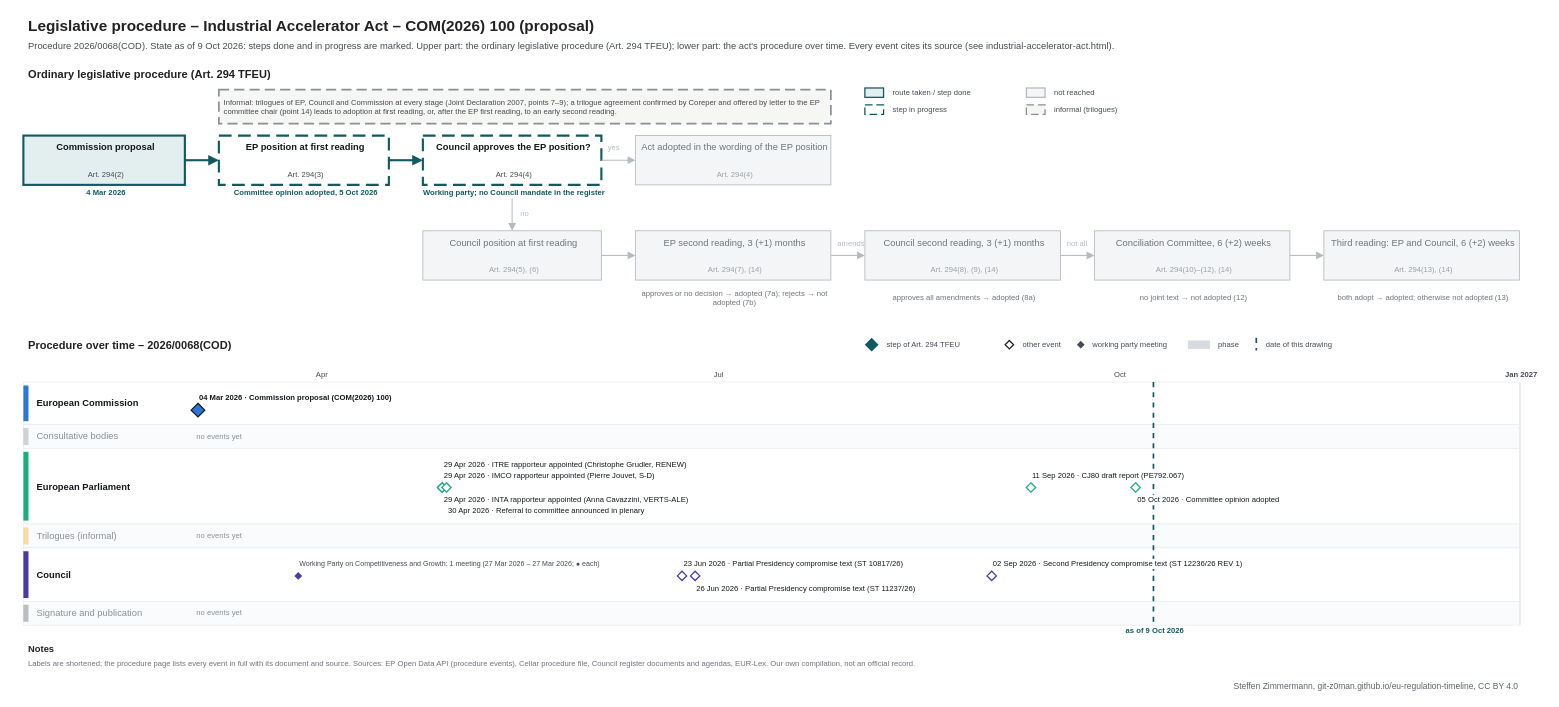
Above: procedures/industrial-accelerator-act.drawio in git-z0man/eu-regulation-timeline (draw.io), before the change. Source tidied: cells renumbered, new cells numbered last; positions are measured from the earlier drawing's top-left corner, leaving out a move shared by most shapes. Both pictures are drawn from the tidied source at 85%, with x=0, y=0 at pixel (14, 14).
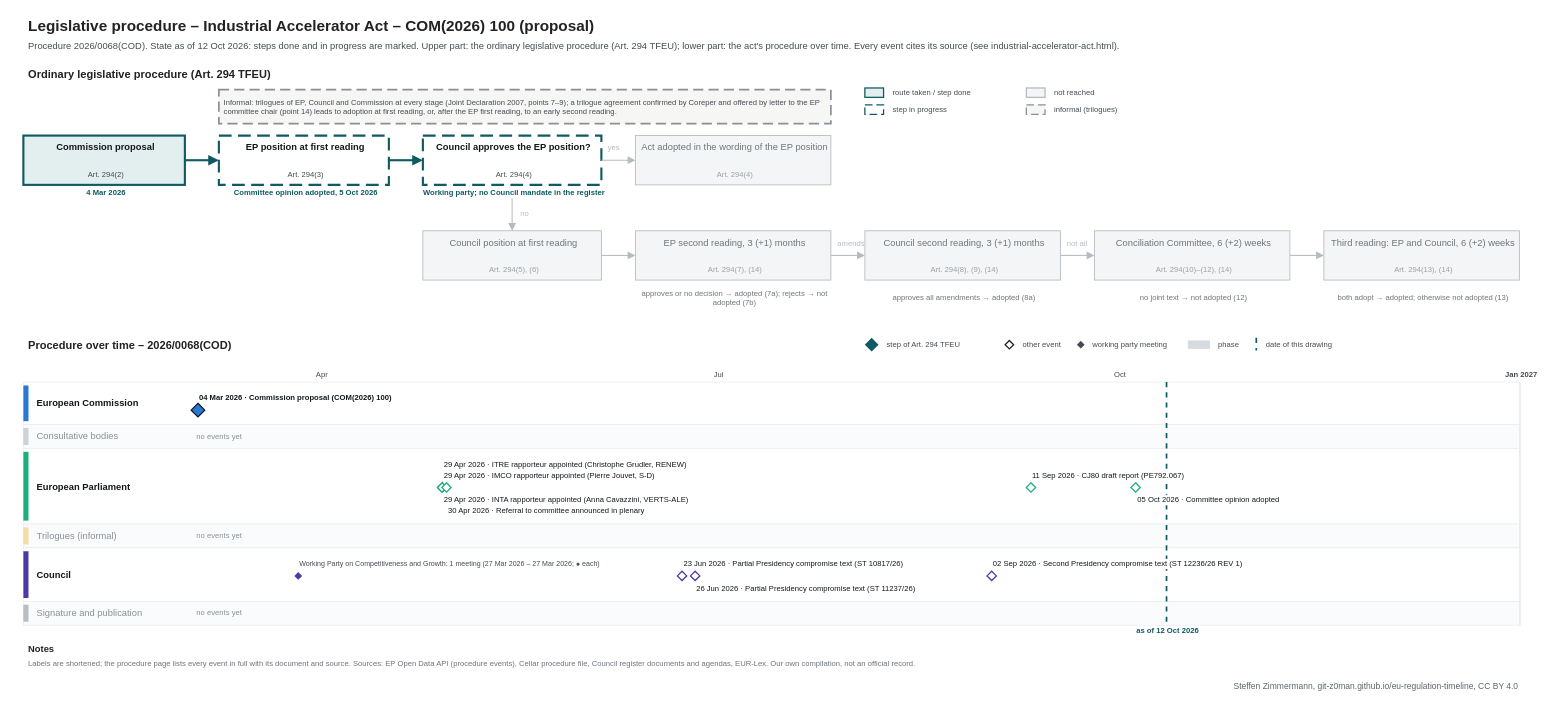
Above is the later version.

Diff of the diagram source:
```diff
@@
-    <mxCell id="3" value="Procedure 2026/0068(COD). State as of 9 Oct 2026: steps done and in progress are marked. Upper part: the ordinary legislative procedure (Art. 294 TFEU); lower part: the act's procedure over time. Every event cites its source (see industrial-accelerator-act.html)." style="text;html=1;fontSize=11;fontColor=#454c53;align=left;verticalAlign=middle;spacingLeft=4;" parent="1" vertex="1">
+    <mxCell id="3" value="Procedure 2026/0068(COD). State as of 12 Oct 2026: steps done and in progress are marked. Upper part: the ordinary legislative procedure (Art. 294 TFEU); lower part: the act's procedure over time. Every event cites its source (see industrial-accelerator-act.html)." style="text;html=1;fontSize=11;fontColor=#454c53;align=left;verticalAlign=middle;spacingLeft=4;" parent="1" vertex="1">
       <mxGeometry x="10" y="28" width="1700" height="18" as="geometry" />
     </mxCell>
@@
     <mxCell id="108" style="line;html=1;strokeWidth=2;strokeColor=#0f5a63;direction=south;dashed=1;" parent="1" vertex="1">
-      <mxGeometry x="1339" y="432" width="1" height="286" as="geometry" />
+      <mxGeometry x="1354.4" y="432" width="1" height="286" as="geometry" />
     </mxCell>
-    <mxCell id="109" value="as of 9 Oct 2026" style="text;html=1;fontSize=9;fontColor=#0f5a63;align=center;verticalAlign=middle;spacingLeft=4;fontStyle=1;" parent="1" vertex="1">
-      <mxGeometry x="1279" y="719" width="120" height="12" as="geometry" />
+    <mxCell id="109" value="as of 12 Oct 2026" style="text;html=1;fontSize=9;fontColor=#0f5a63;align=center;verticalAlign=middle;spacingLeft=4;fontStyle=1;" parent="1" vertex="1">
+      <mxGeometry x="1294.4" y="719" width="120" height="12" as="geometry" />
     </mxCell>
```
